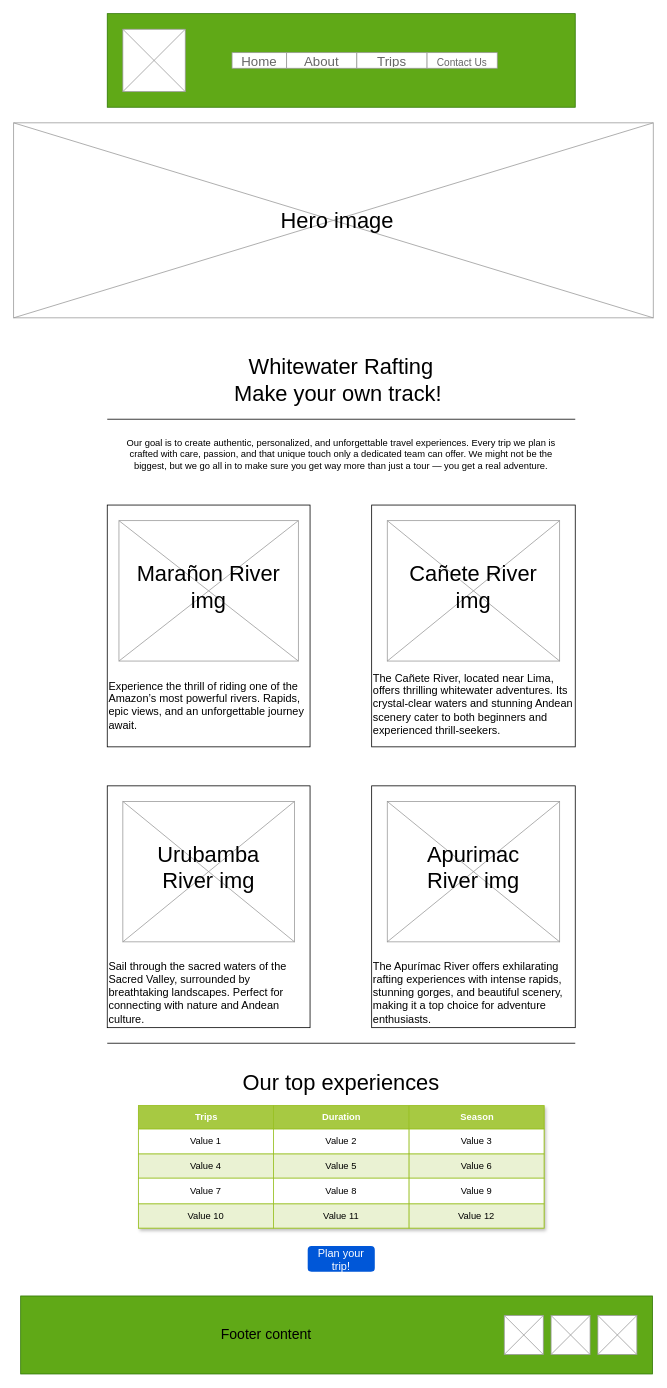
Before: page "Trips" (3 of 3) of wireframes/trips2.drawio in hugo-vasques/wdd130, a draw.io diagram. Source tidied: cells renumbered, new cells numbered last; positions are measured from the earlier drawing's top-left corner, leaving out a move shared by most shapes. Both pictures are drawn from the tidied source at 78%, with x=0, y=0 at pixel (13, 13).
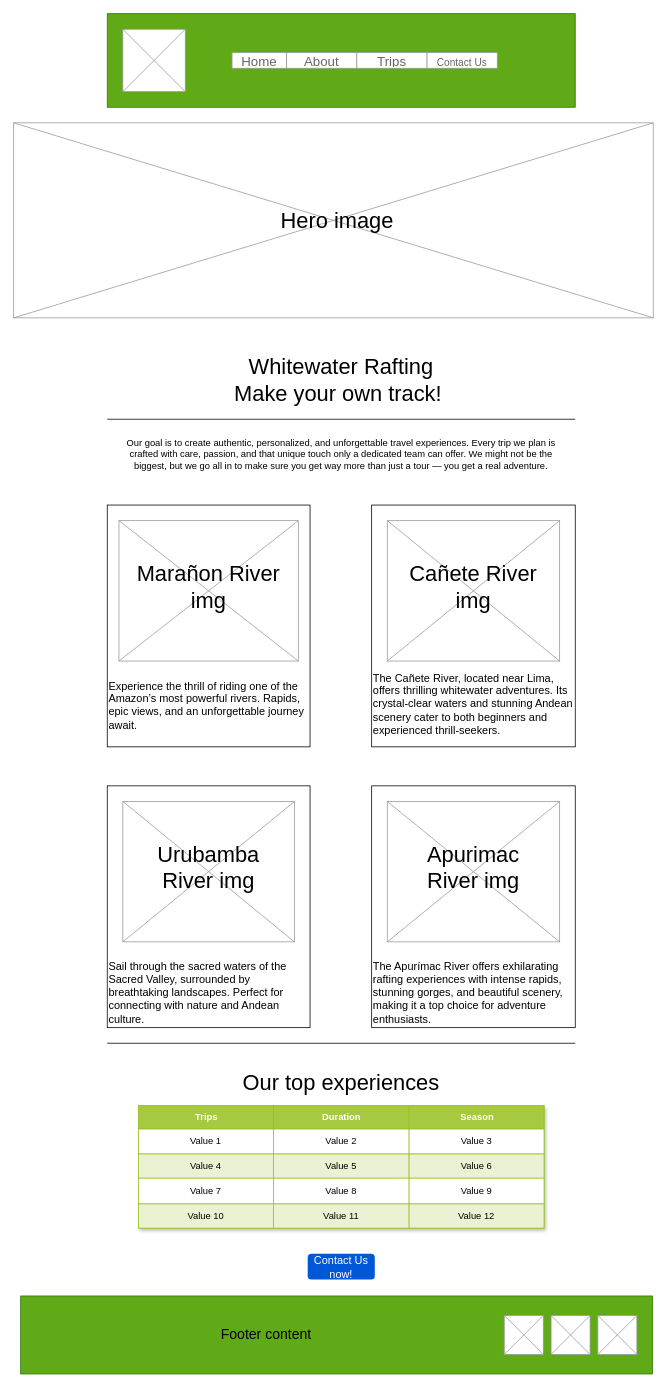
Above is the later version.

Commit message (it also covers changes not shown here):
added the wireframe of the trips page

Diff of the diagram source:
```diff
@@
-    <mxCell id="18" value="Plan your trip!" style="rounded=1;fillColor=#0057D8;strokeColor=none;html=1;whiteSpace=wrap;fontColor=#ffffff;align=center;verticalAlign=middle;fontStyle=0;fontSize=14;sketch=0;" parent="1" vertex="1">
-      <mxGeometry x="377" y="1580" width="86" height="33" as="geometry" />
+    <mxCell id="18" value="Contact Us now!" style="rounded=1;fillColor=#0057D8;strokeColor=none;html=1;whiteSpace=wrap;fontColor=#ffffff;align=center;verticalAlign=middle;fontStyle=0;fontSize=14;sketch=0;" parent="1" vertex="1">
+      <mxGeometry x="377" y="1590" width="86" height="33" as="geometry" />
     </mxCell>
```
